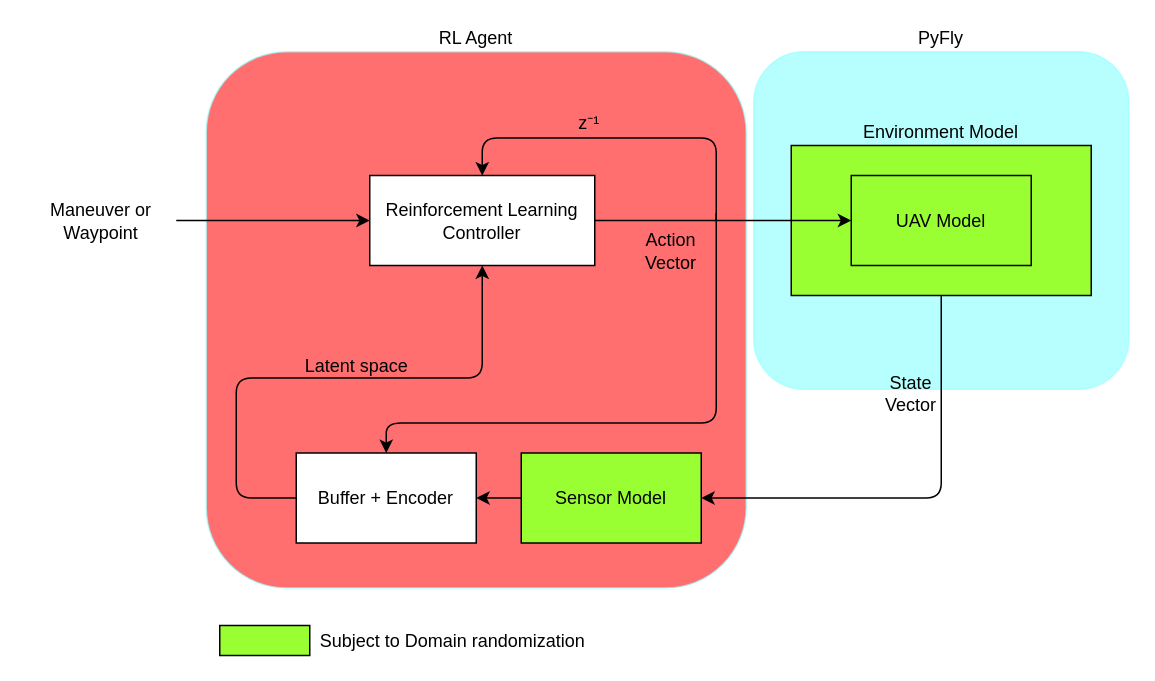
Above: page "Magpy without PID" (2 of 3) of magpie/Architecture.drawio in MoritzSchueler96/TUM_ADLR_Deep_Reinforcement_Learning (draw.io), before the change. Source tidied: cells renumbered, new cells numbered last; positions are measured from the earlier drawing's top-left corner, leaving out a move shared by most shapes. Both pictures are drawn from the tidied source at 150%, with x=0, y=0 at pixel (26, 51).
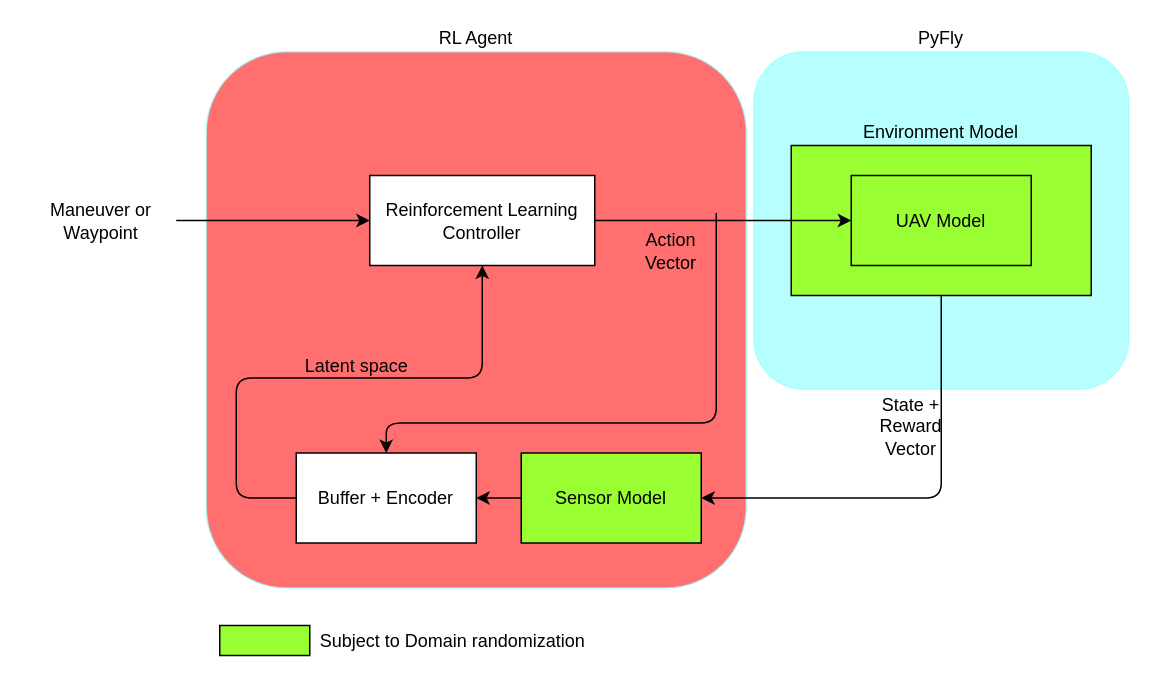
The same diagram, later.

The change refers to these unchanged cells:
```xml
<mxCell id="4" value="Reinforcement Learning Controller" style="rounded=0;whiteSpace=wrap;html=1;" parent="1" vertex="1">
  <mxGeometry x="229" y="82.5" width="150" height="60" as="geometry" />
</mxCell>
```

What changed in the source:
```diff
@@
-    <mxCell id="15" value="State Vector" style="text;html=1;strokeColor=none;fillColor=none;align=center;verticalAlign=middle;whiteSpace=wrap;rounded=0;labelBackgroundColor=none;opacity=70;" parent="1" vertex="1">
-      <mxGeometry x="570" y="217.5" width="40" height="20" as="geometry" />
+    <mxCell id="15" value="State + Reward Vector" style="text;html=1;strokeColor=none;fillColor=none;align=center;verticalAlign=middle;whiteSpace=wrap;rounded=0;labelBackgroundColor=none;opacity=70;" parent="1" vertex="1">
+      <mxGeometry x="570" y="240" width="40" height="20" as="geometry" />
     </mxCell>
@@
-    <mxCell id="19" style="endArrow=classic;html=1;strokeWidth=1;entryX=0.5;entryY=0;entryDx=0;entryDy=0;" parent="1" edge="1" target="4">
-      <mxGeometry relative="1" as="geometry">
-        <mxPoint x="460" y="112.5" as="sourcePoint" />
-        <Array as="points">
-          <mxPoint x="460" y="57.5" />
-          <mxPoint x="304" y="57.5" />
-        </Array>
-      </mxGeometry>
-    </mxCell>
@@
-    <mxCell id="21" value="z⁻¹" style="text;html=1;align=center;verticalAlign=middle;" parent="1" vertex="1">
-      <mxGeometry x="360" y="37.5" width="30" height="20" as="geometry" />
-    </mxCell>
```
